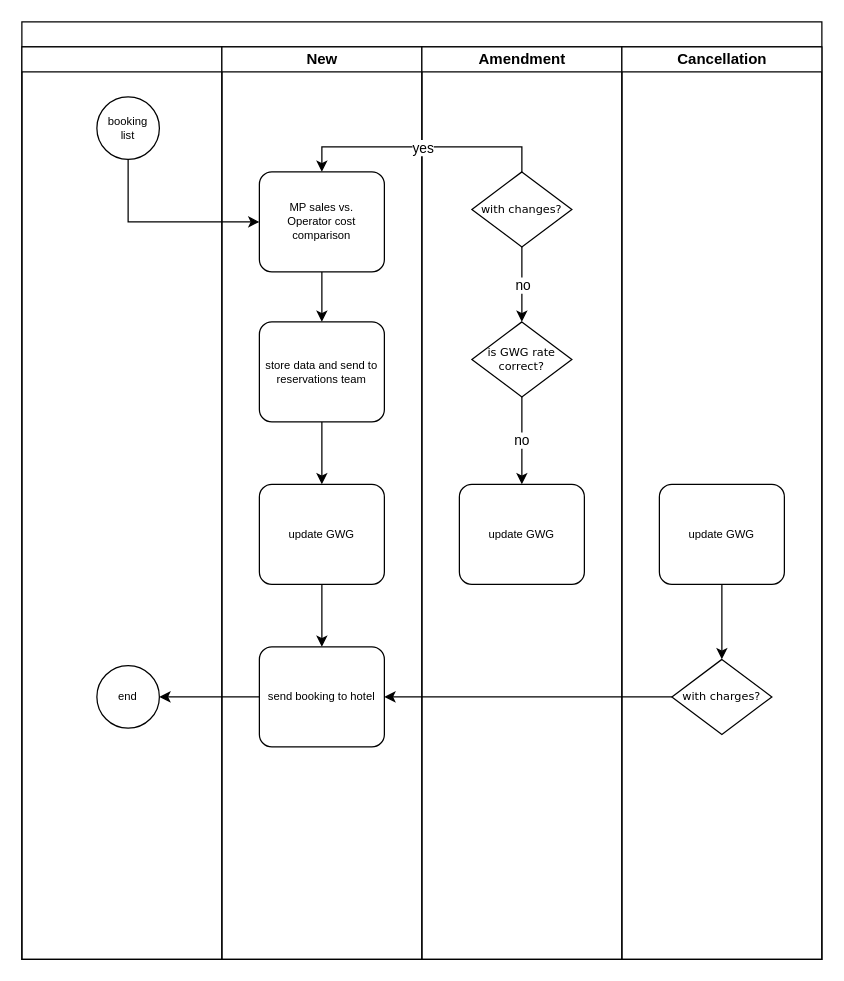
Earlier version of the draw.io diagram Untitled Diagram.drawio (justivan/drawio-diagrams). Source tidied: cells renumbered, new cells numbered last; positions are measured from the earlier drawing's top-left corner, leaving out a move shared by most shapes. Both pictures are drawn from the tidied source at 125%, with x=0, y=0 at pixel (21, 21).
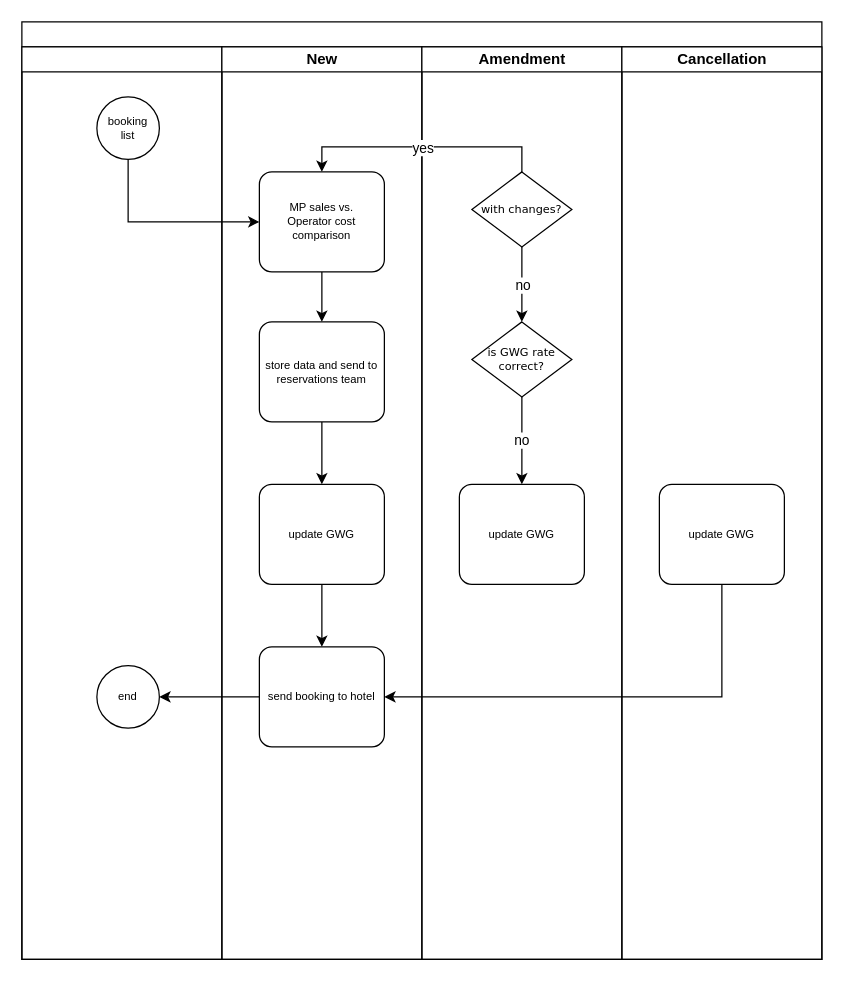
Above is the later version.

Unchanged cells that the change refers to:
```xml
<mxCell id="2" style="swimlane;html=1;startSize=20;rounded=0;shadow=0;labelBackgroundColor=none;strokeWidth=1;fontFamily=Verdana;fontSize=8;align=center;" parent="1" vertex="1">
  <mxGeometry width="640" height="750" as="geometry" />
</mxCell>
<mxCell id="13" value="send booking to hotel" style="points=[[0.25,0,0],[0.5,0,0],[0.75,0,0],[1,0.25,0],[1,0.5,0],[1,0.75,0],[0.75,1,0],[0.5,1,0],[0.25,1,0],[0,0.75,0],[0,0.5,0],[0,0.25,0]];shape=mxgraph.bpmn.task;whiteSpace=wrap;rectStyle=rounded;size=10;html=1;taskMarker=abstract;labelBackgroundColor=none;fontSize=9;" parent="6" vertex="1">
  <mxGeometry x="30" y="480" width="100" height="80" as="geometry" />
</mxCell>
<mxCell id="21" value="Cancellation" style="swimlane;html=1;startSize=20;" parent="2" vertex="1">
  <mxGeometry x="480" y="20" width="160" height="730" as="geometry" />
</mxCell>
<mxCell id="23" value="update GWG" style="points=[[0.25,0,0],[0.5,0,0],[0.75,0,0],[1,0.25,0],[1,0.5,0],[1,0.75,0],[0.75,1,0],[0.5,1,0],[0.25,1,0],[0,0.75,0],[0,0.5,0],[0,0.25,0]];shape=mxgraph.bpmn.task;whiteSpace=wrap;rectStyle=rounded;size=10;html=1;taskMarker=abstract;labelBackgroundColor=none;fontSize=9;" parent="21" vertex="1">
  <mxGeometry x="30" y="350" width="100" height="80" as="geometry" />
</mxCell>
```

Diff of the diagram source:
```diff
@@
-    <mxCell id="22" style="edgeStyle=orthogonalEdgeStyle;rounded=0;jettySize=auto;html=1;entryX=0.5;entryY=0;entryDx=0;entryDy=0;" parent="21" edge="1" source="23" target="24">
-      <mxGeometry relative="1" as="geometry" />
-    </mxCell>
@@
-    <mxCell id="24" value="with charges?" style="rhombus;whiteSpace=wrap;html=1;rounded=0;shadow=0;labelBackgroundColor=none;strokeWidth=1;fontFamily=Verdana;fontSize=9;align=center;" parent="21" vertex="1">
-      <mxGeometry x="40" y="490" width="80" height="60" as="geometry" />
-    </mxCell>
@@
-    <mxCell id="28" style="edgeStyle=orthogonalEdgeStyle;rounded=0;jettySize=auto;html=1;entryX=1;entryY=0.5;entryDx=0;entryDy=0;entryPerimeter=0;" parent="2" edge="1" source="24" target="13">
+    <mxCell id="28" style="edgeStyle=orthogonalEdgeStyle;rounded=0;jettySize=auto;html=1;entryX=1;entryY=0.5;entryDx=0;entryDy=0;entryPerimeter=0;exitX=0.5;exitY=1;exitDx=0;exitDy=0;exitPerimeter=0;" parent="2" edge="1" source="23" target="13">
       <mxGeometry relative="1" as="geometry" />
     </mxCell>
```
